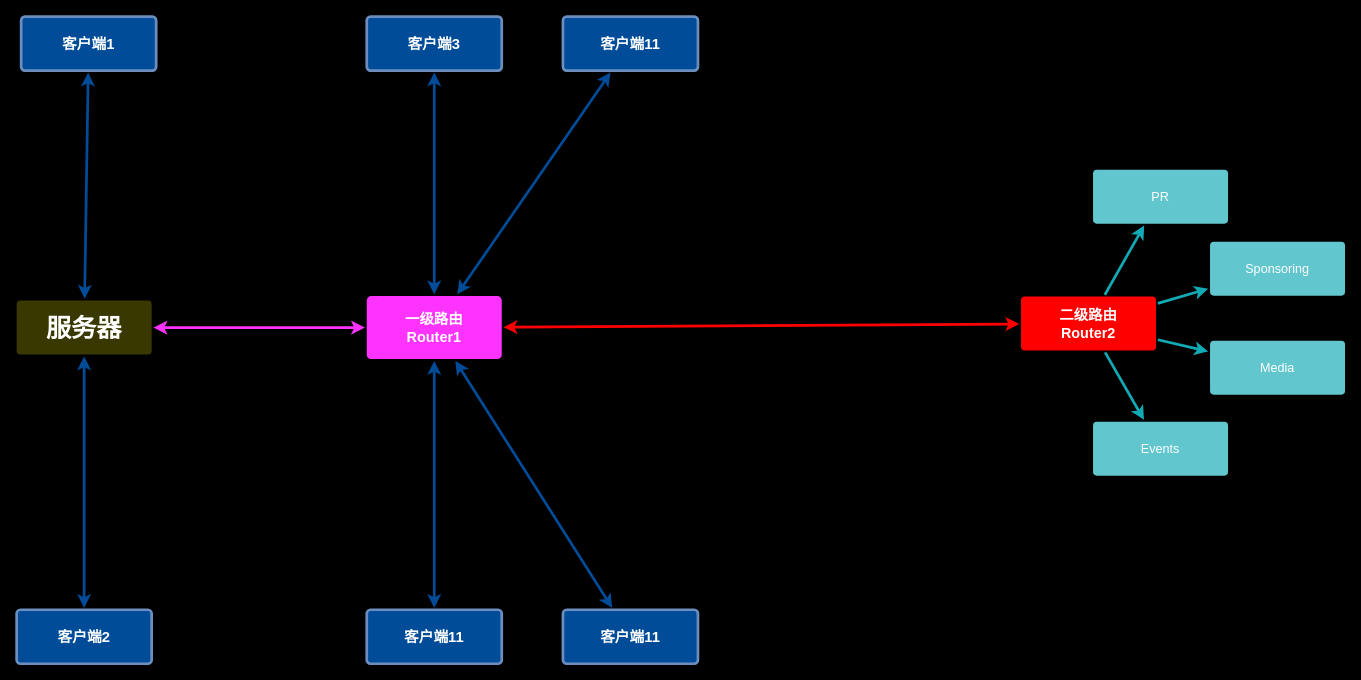
Earlier version of the draw.io diagram draw_io_test/lora_router.drawio (doctor1cong/draw_flow_chart). Source tidied: cells renumbered, new cells numbered last; positions are measured from the earlier drawing's top-left corner, leaving out a move shared by most shapes. Both pictures are drawn from the tidied source at 90%, with x=0, y=0 at pixel (16, 16).
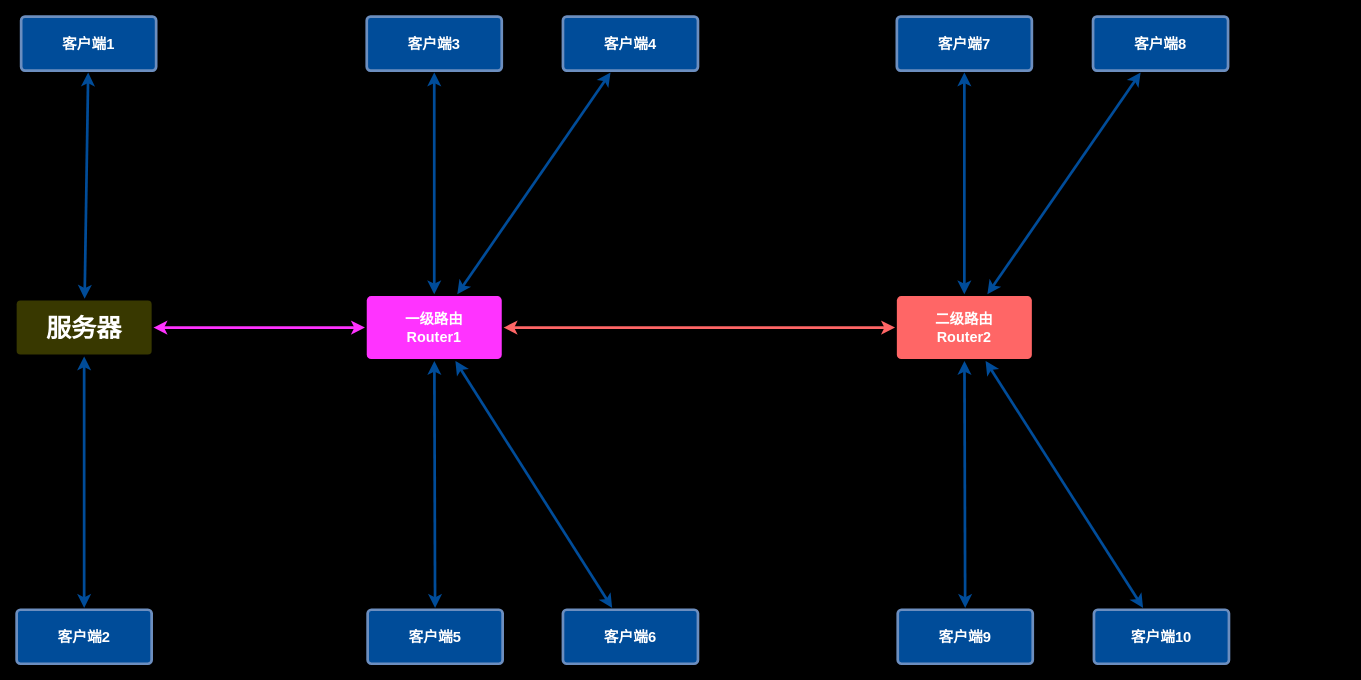
After the change.

The change refers to these unchanged cells:
```xml
<mxCell id="3" value="一级路由&lt;div&gt;Router1&lt;/div&gt;" style="rounded=1;whiteSpace=wrap;html=1;shadow=0;labelBackgroundColor=none;strokeColor=none;strokeWidth=3;fillColor=#FF33FF;fontFamily=Helvetica;fontSize=16;fontColor=#FFFFFF;align=center;fontStyle=1;spacing=5;arcSize=7;perimeterSpacing=2;" parent="1" vertex="1">
  <mxGeometry x="389" y="310.5" width="150" height="70" as="geometry" />
</mxCell>
```

What changed in the source:
```diff
@@
-    <mxCell id="2" style="edgeStyle=none;rounded=0;jumpStyle=none;html=1;shadow=0;labelBackgroundColor=none;startArrow=classic;startFill=1;endArrow=classic;endFill=1;jettySize=auto;strokeColor=#FF0000;strokeWidth=3;fontFamily=Helvetica;fontSize=16;fontColor=#23445D;spacing=5;" parent="1" edge="1" source="3" target="10">
-      <mxGeometry relative="1" as="geometry" />
-    </mxCell>
@@
-    <mxCell id="10" value="&lt;span style=&quot;font-size: 16px;&quot;&gt;二级路由&lt;/span&gt;&lt;div style=&quot;font-size: 16px;&quot;&gt;Router2&lt;/div&gt;" style="rounded=1;whiteSpace=wrap;html=1;shadow=0;labelBackgroundColor=none;strokeColor=none;strokeWidth=3;fillColor=#FF0000;fontFamily=Helvetica;fontSize=14;fontColor=#FFFFFF;align=center;spacing=5;fontStyle=1;arcSize=7;perimeterSpacing=2;" parent="1" vertex="1">
-      <mxGeometry x="1116" y="311" width="150" height="60" as="geometry" />
-    </mxCell>
-    <mxCell id="11" value="Events" style="rounded=1;whiteSpace=wrap;html=1;shadow=0;labelBackgroundColor=none;strokeColor=none;strokeWidth=3;fillColor=#61c6ce;fontFamily=Helvetica;fontSize=14;fontColor=#FFFFFF;align=center;spacing=5;fontStyle=0;arcSize=7;perimeterSpacing=2;" parent="1" vertex="1">
-      <mxGeometry x="1196" y="450" width="150" height="60" as="geometry" />
-    </mxCell>
-    <mxCell id="12" style="edgeStyle=none;rounded=1;jumpStyle=none;html=1;shadow=0;labelBackgroundColor=none;startArrow=none;startFill=0;jettySize=auto;strokeColor=#12AAB5;strokeWidth=3;fontFamily=Helvetica;fontSize=14;fontColor=#FFFFFF;spacing=5;fontStyle=1;fillColor=#b0e3e6;" parent="1" edge="1" source="10" target="11">
-      <mxGeometry relative="1" as="geometry" />
-    </mxCell>
-    <mxCell id="13" value="Media" style="rounded=1;whiteSpace=wrap;html=1;shadow=0;labelBackgroundColor=none;strokeColor=none;strokeWidth=3;fillColor=#61c6ce;fontFamily=Helvetica;fontSize=14;fontColor=#FFFFFF;align=center;spacing=5;fontStyle=0;arcSize=7;perimeterSpacing=2;" parent="1" vertex="1">
-      <mxGeometry x="1326" y="360" width="150" height="60" as="geometry" />
-    </mxCell>
-    <mxCell id="14" style="edgeStyle=none;rounded=1;jumpStyle=none;html=1;shadow=0;labelBackgroundColor=none;startArrow=none;startFill=0;jettySize=auto;strokeColor=#12AAB5;strokeWidth=3;fontFamily=Helvetica;fontSize=14;fontColor=#FFFFFF;spacing=5;fontStyle=1;fillColor=#b0e3e6;" parent="1" edge="1" source="10" target="13">
-      <mxGeometry relative="1" as="geometry" />
-    </mxCell>
-    <mxCell id="15" value="Sponsoring" style="rounded=1;whiteSpace=wrap;html=1;shadow=0;labelBackgroundColor=none;strokeColor=none;strokeWidth=3;fillColor=#61c6ce;fontFamily=Helvetica;fontSize=14;fontColor=#FFFFFF;align=center;spacing=5;fontStyle=0;arcSize=7;perimeterSpacing=2;" parent="1" vertex="1">
-      <mxGeometry x="1326" y="250" width="150" height="60" as="geometry" />
-    </mxCell>
-    <mxCell id="16" style="edgeStyle=none;rounded=1;jumpStyle=none;html=1;shadow=0;labelBackgroundColor=none;startArrow=none;startFill=0;jettySize=auto;strokeColor=#12AAB5;strokeWidth=3;fontFamily=Helvetica;fontSize=14;fontColor=#FFFFFF;spacing=5;fontStyle=1;fillColor=#b0e3e6;" parent="1" edge="1" source="10" target="15">
-      <mxGeometry relative="1" as="geometry" />
-    </mxCell>
-    <mxCell id="17" value="PR" style="rounded=1;whiteSpace=wrap;html=1;shadow=0;labelBackgroundColor=none;strokeColor=none;strokeWidth=3;fillColor=#61c6ce;fontFamily=Helvetica;fontSize=14;fontColor=#FFFFFF;align=center;spacing=5;fontStyle=0;arcSize=7;perimeterSpacing=2;" parent="1" vertex="1">
-      <mxGeometry x="1196" y="170" width="150" height="60" as="geometry" />
-    </mxCell>
-    <mxCell id="18" style="edgeStyle=none;rounded=1;jumpStyle=none;html=1;shadow=0;labelBackgroundColor=none;startArrow=none;startFill=0;jettySize=auto;strokeColor=#12AAB5;strokeWidth=3;fontFamily=Helvetica;fontSize=14;fontColor=#FFFFFF;spacing=5;fontStyle=1;fillColor=#b0e3e6;" parent="1" edge="1" source="10" target="17">
-      <mxGeometry relative="1" as="geometry" />
-    </mxCell>
@@
-    <mxCell id="21" value="&lt;h3 style=&quot;&quot;&gt;&lt;font&gt;客户端11&lt;/font&gt;&lt;/h3&gt;" style="rounded=1;whiteSpace=wrap;html=1;shadow=0;labelBackgroundColor=none;strokeColor=#6c8ebf;strokeWidth=3;fillColor=#004C99;fontFamily=Helvetica;fontSize=14;align=center;spacing=5;arcSize=7;perimeterSpacing=2;fontColor=#FFFFFF;" parent="1" vertex="1">
-      <mxGeometry x="389" y="659" width="150" height="60" as="geometry" />
+    <mxCell id="21" value="&lt;h3 style=&quot;&quot;&gt;&lt;font&gt;客户端5&lt;/font&gt;&lt;/h3&gt;" style="rounded=1;whiteSpace=wrap;html=1;shadow=0;labelBackgroundColor=none;strokeColor=#6c8ebf;strokeWidth=3;fillColor=#004C99;fontFamily=Helvetica;fontSize=14;align=center;spacing=5;arcSize=7;perimeterSpacing=2;fontColor=#FFFFFF;" parent="1" vertex="1">
+      <mxGeometry x="390" y="659" width="150" height="60" as="geometry" />
     </mxCell>
-    <mxCell id="22" value="&lt;h3 style=&quot;&quot;&gt;&lt;font&gt;客户端11&lt;/font&gt;&lt;/h3&gt;" style="rounded=1;whiteSpace=wrap;html=1;shadow=0;labelBackgroundColor=none;strokeColor=#6c8ebf;strokeWidth=3;fillColor=#004C99;fontFamily=Helvetica;fontSize=14;align=center;spacing=5;arcSize=7;perimeterSpacing=2;fontColor=#FFFFFF;" parent="1" vertex="1">
+    <mxCell id="22" value="&lt;h3 style=&quot;&quot;&gt;&lt;font&gt;客户端4&lt;/font&gt;&lt;/h3&gt;" style="rounded=1;whiteSpace=wrap;html=1;shadow=0;labelBackgroundColor=none;strokeColor=#6c8ebf;strokeWidth=3;fillColor=#004C99;fontFamily=Helvetica;fontSize=14;align=center;spacing=5;arcSize=7;perimeterSpacing=2;fontColor=#FFFFFF;" parent="1" vertex="1">
       <mxGeometry x="607" width="150" height="60" as="geometry" />
     </mxCell>
-    <mxCell id="23" value="&lt;h3 style=&quot;&quot;&gt;&lt;font&gt;客户端11&lt;/font&gt;&lt;/h3&gt;" style="rounded=1;whiteSpace=wrap;html=1;shadow=0;labelBackgroundColor=none;strokeColor=#6c8ebf;strokeWidth=3;fillColor=#004C99;fontFamily=Helvetica;fontSize=14;align=center;spacing=5;arcSize=7;perimeterSpacing=2;fontColor=#FFFFFF;" parent="1" vertex="1">
+    <mxCell id="23" value="&lt;h3 style=&quot;&quot;&gt;&lt;font&gt;客户端6&lt;/font&gt;&lt;/h3&gt;" style="rounded=1;whiteSpace=wrap;html=1;shadow=0;labelBackgroundColor=none;strokeColor=#6c8ebf;strokeWidth=3;fillColor=#004C99;fontFamily=Helvetica;fontSize=14;align=center;spacing=5;arcSize=7;perimeterSpacing=2;fontColor=#FFFFFF;" parent="1" vertex="1">
       <mxGeometry x="607" y="659" width="150" height="60" as="geometry" />
     </mxCell>
@@
+    <mxCell id="10" value="二级路由&lt;div&gt;Router2&lt;/div&gt;" style="rounded=1;whiteSpace=wrap;html=1;shadow=0;labelBackgroundColor=none;strokeColor=none;strokeWidth=3;fillColor=#FF6666;fontFamily=Helvetica;fontSize=16;fontColor=#FFFFFF;align=center;fontStyle=1;spacing=5;arcSize=7;perimeterSpacing=2;" parent="1" vertex="1">
+      <mxGeometry x="978" y="310.5" width="150" height="70" as="geometry" />
+    </mxCell>
+    <mxCell id="27" value="&lt;h3 style=&quot;&quot;&gt;&lt;font&gt;客户端7&lt;/font&gt;&lt;/h3&gt;" style="rounded=1;whiteSpace=wrap;html=1;shadow=0;labelBackgroundColor=none;strokeColor=#6c8ebf;strokeWidth=3;fillColor=#004C99;fontFamily=Helvetica;fontSize=14;align=center;spacing=5;arcSize=7;perimeterSpacing=2;fontColor=#FFFFFF;" parent="1" vertex="1">
+      <mxGeometry x="978" width="150" height="60" as="geometry" />
+    </mxCell>
+    <mxCell id="28" style="edgeStyle=none;rounded=0;jumpStyle=none;html=1;shadow=0;labelBackgroundColor=none;startArrow=classic;startFill=1;endArrow=classic;endFill=1;jettySize=auto;strokeColor=#004C99;strokeWidth=3;fontFamily=Helvetica;fontSize=14;fontColor=#FFFFFF;spacing=5;" parent="1" edge="1" source="10" target="27">
+      <mxGeometry relative="1" as="geometry" />
+    </mxCell>
+    <mxCell id="29" value="&lt;h3 style=&quot;&quot;&gt;&lt;font&gt;客户端9&lt;/font&gt;&lt;/h3&gt;" style="rounded=1;whiteSpace=wrap;html=1;shadow=0;labelBackgroundColor=none;strokeColor=#6c8ebf;strokeWidth=3;fillColor=#004C99;fontFamily=Helvetica;fontSize=14;align=center;spacing=5;arcSize=7;perimeterSpacing=2;fontColor=#FFFFFF;" parent="1" vertex="1">
+      <mxGeometry x="979" y="659" width="150" height="60" as="geometry" />
+    </mxCell>
+    <mxCell id="30" value="&lt;h3 style=&quot;&quot;&gt;&lt;font&gt;客户端8&lt;/font&gt;&lt;/h3&gt;" style="rounded=1;whiteSpace=wrap;html=1;shadow=0;labelBackgroundColor=none;strokeColor=#6c8ebf;strokeWidth=3;fillColor=#004C99;fontFamily=Helvetica;fontSize=14;align=center;spacing=5;arcSize=7;perimeterSpacing=2;fontColor=#FFFFFF;" parent="1" vertex="1">
+      <mxGeometry x="1196" width="150" height="60" as="geometry" />
+    </mxCell>
+    <mxCell id="31" value="&lt;h3 style=&quot;&quot;&gt;&lt;font&gt;客户端10&lt;/font&gt;&lt;/h3&gt;" style="rounded=1;whiteSpace=wrap;html=1;shadow=0;labelBackgroundColor=none;strokeColor=#6c8ebf;strokeWidth=3;fillColor=#004C99;fontFamily=Helvetica;fontSize=14;align=center;spacing=5;arcSize=7;perimeterSpacing=2;fontColor=#FFFFFF;" parent="1" vertex="1">
+      <mxGeometry x="1197" y="659" width="150" height="60" as="geometry" />
+    </mxCell>
+    <mxCell id="32" style="edgeStyle=none;rounded=0;jumpStyle=none;html=1;shadow=0;labelBackgroundColor=none;startArrow=classic;startFill=1;endArrow=classic;endFill=1;jettySize=auto;strokeColor=#004C99;strokeWidth=3;fontFamily=Helvetica;fontSize=14;fontColor=#FFFFFF;spacing=5;" parent="1" edge="1" source="10" target="30">
+      <mxGeometry relative="1" as="geometry" />
+    </mxCell>
+    <mxCell id="33" style="edgeStyle=none;rounded=0;jumpStyle=none;html=1;shadow=0;labelBackgroundColor=none;startArrow=classic;startFill=1;endArrow=classic;endFill=1;jettySize=auto;strokeColor=#004C99;strokeWidth=3;fontFamily=Helvetica;fontSize=14;fontColor=#FFFFFF;spacing=5;" parent="1" edge="1" source="29" target="10">
+      <mxGeometry relative="1" as="geometry" />
+    </mxCell>
+    <mxCell id="34" style="edgeStyle=none;rounded=0;jumpStyle=none;html=1;shadow=0;labelBackgroundColor=none;startArrow=classic;startFill=1;endArrow=classic;endFill=1;jettySize=auto;strokeColor=#004C99;strokeWidth=3;fontFamily=Helvetica;fontSize=14;fontColor=#FFFFFF;spacing=5;" parent="1" edge="1" source="31" target="10">
+      <mxGeometry relative="1" as="geometry" />
+    </mxCell>
+    <mxCell id="2" style="endArrow=classic;startArrow=classic;html=1;rounded=0;strokeColor=#FF6666;strokeWidth=3;" parent="1" edge="1" source="3" target="10">
+      <mxGeometry relative="1" as="geometry" />
+    </mxCell>
```
